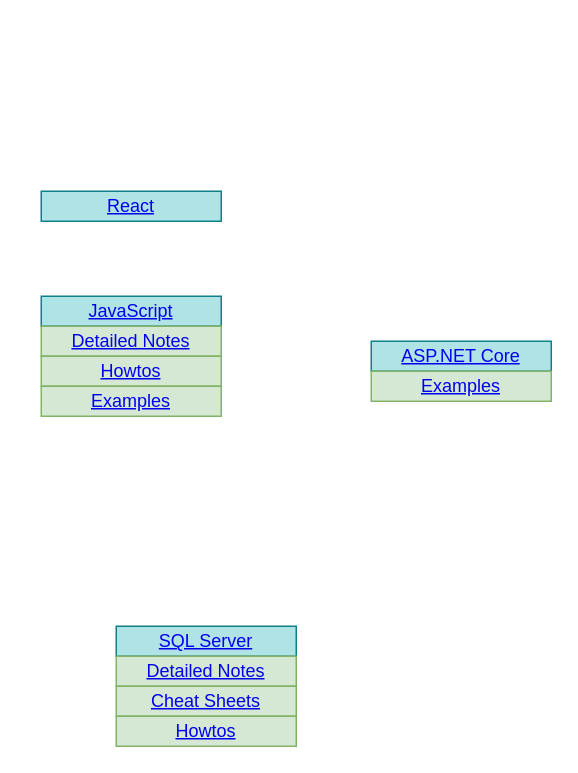
Before: Diagram.drawio in kennyrnwilson/kennyrnwilson.github.io, a draw.io diagram. Source tidied: cells renumbered, new cells numbered last; positions are measured from the earlier drawing's top-left corner, leaving out a move shared by most shapes. Both pictures are drawn from the tidied source at 150%, with x=0, y=0 at pixel (40, 190).
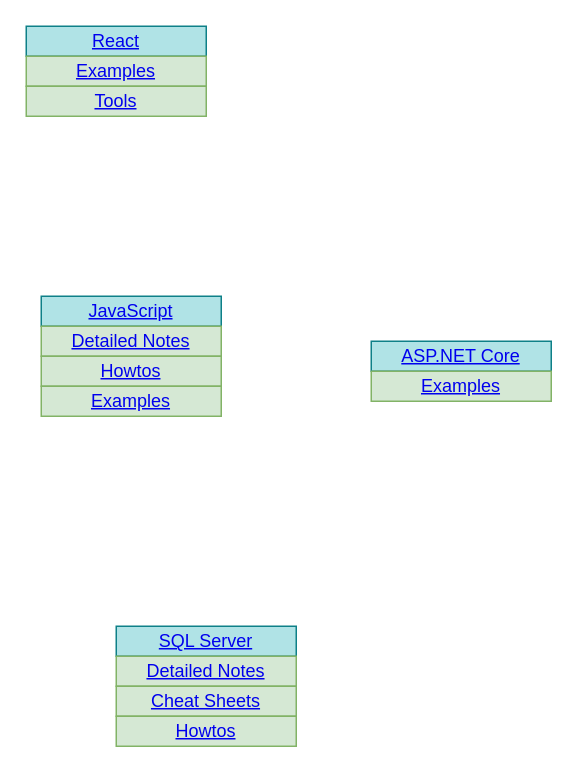
The same page after the edit.

Commit message (it also covers changes not shown here):
Added React sections

Diff of the diagram source:
```diff
@@
 <mxGraphModel>
   <root>
     <mxCell id="0" />
     <mxCell id="1" parent="0" />
     <mxCell id="2" value="&lt;a href=&quot;https://bitbucket.org/kennyrnwilson/sqlserverbasics/src/master/README.md&quot;&gt;SQL Server&lt;/a&gt;" style="rounded=0;whiteSpace=wrap;html=1;fillColor=#b0e3e6;strokeColor=#0e8088;" parent="1" vertex="1">
       <mxGeometry x="50" y="290" width="120" height="20" as="geometry" />
     </mxCell>
     <mxCell id="3" value="&lt;a href=&quot;https://bitbucket.org/kennyrnwilson/sqlserverbasics/src/master/docs/notes/notes.md&quot;&gt;Detailed Notes&lt;/a&gt;" style="rounded=0;whiteSpace=wrap;html=1;fillColor=#d5e8d4;strokeColor=#82b366;" parent="1" vertex="1">
       <mxGeometry x="50" y="310" width="120" height="20" as="geometry" />
     </mxCell>
     <mxCell id="4" value="&lt;a href=&quot;https://bitbucket.org/kennyrnwilson/sqlserverbasics/src/docs/cheatsheets/cheatsheets.md&quot;&gt;Cheat Sheets&lt;/a&gt;" style="rounded=0;whiteSpace=wrap;html=1;fillColor=#d5e8d4;strokeColor=#82b366;" parent="1" vertex="1">
       <mxGeometry x="50" y="330" width="120" height="20" as="geometry" />
     </mxCell>
     <mxCell id="5" value="&lt;a href=&quot;https://bitbucket.org/kennyrnwilson/sqlserverbasics/src/master/howtos/howtos.md&quot;&gt;Howtos&lt;/a&gt;" style="rounded=0;whiteSpace=wrap;html=1;fillColor=#d5e8d4;strokeColor=#82b366;" parent="1" vertex="1">
       <mxGeometry x="50" y="350" width="120" height="20" as="geometry" />
     </mxCell>
     <mxCell id="6" value="&lt;a href=&quot;https://github.com/kennyrnwilson/aspdotnetcore&quot;&gt;ASP.NET Core&lt;/a&gt;" style="rounded=0;whiteSpace=wrap;html=1;fillColor=#b0e3e6;strokeColor=#0e8088;" parent="1" vertex="1">
       <mxGeometry x="220" y="100" width="120" height="20" as="geometry" />
     </mxCell>
     <mxCell id="7" value="&lt;a href=&quot;https://github.com/kennyrnwilson/aspdotnetcore/blob/main/examples/README.MD&quot;&gt;Examples&lt;/a&gt;" style="rounded=0;whiteSpace=wrap;html=1;fillColor=#d5e8d4;strokeColor=#82b366;" parent="1" vertex="1">
       <mxGeometry x="220" y="120" width="120" height="20" as="geometry" />
     </mxCell>
     <mxCell id="8" value="&lt;a href=&quot;https://github.com/kennyrnwilson/react&quot;&gt;React&lt;/a&gt;" style="rounded=0;whiteSpace=wrap;html=1;fillColor=#b0e3e6;strokeColor=#0e8088;" parent="1" vertex="1">
-      <mxGeometry width="120" height="20" as="geometry" />
+      <mxGeometry x="-10" y="-110" width="120" height="20" as="geometry" />
     </mxCell>
     <mxCell id="9" value="&lt;a href=&quot;https://github.com/kennyrnwilson/javascript&quot;&gt;JavaScript&lt;/a&gt;" style="rounded=0;whiteSpace=wrap;html=1;fillColor=#b0e3e6;strokeColor=#0e8088;" parent="1" vertex="1">
       <mxGeometry y="70" width="120" height="20" as="geometry" />
     </mxCell>
     <mxCell id="10" value="&lt;a href=&quot;https://github.com/kennyrnwilson/javascript/blob/master/docs/notes/README.MD&quot;&gt;Detailed Notes&lt;/a&gt;" style="rounded=0;whiteSpace=wrap;html=1;fillColor=#d5e8d4;strokeColor=#82b366;" parent="1" vertex="1">
       <mxGeometry y="90" width="120" height="20" as="geometry" />
     </mxCell>
     <mxCell id="11" value="&lt;a href=&quot;https://github.com/kennyrnwilson/javascript/blob/master/docs/howtos/README.MD&quot;&gt;Howtos&lt;/a&gt;" style="rounded=0;whiteSpace=wrap;html=1;fillColor=#d5e8d4;strokeColor=#82b366;" parent="1" vertex="1">
       <mxGeometry y="110" width="120" height="20" as="geometry" />
     </mxCell>
     <mxCell id="12" value="&lt;a href=&quot;https://github.com/kennyrnwilson/javascript/blob/master/docs/examples/README.MD&quot;&gt;Examples&lt;/a&gt;" style="rounded=0;whiteSpace=wrap;html=1;fillColor=#d5e8d4;strokeColor=#82b366;" parent="1" vertex="1">
       <mxGeometry y="130" width="120" height="20" as="geometry" />
     </mxCell>
+    <mxCell id="13" value="&lt;a href=&quot;https://github.com/kennyrnwilson/react/blob/main/docs/examples/README.MD&quot;&gt;Examples&lt;/a&gt;" style="rounded=0;whiteSpace=wrap;html=1;fillColor=#d5e8d4;strokeColor=#82b366;" parent="1" vertex="1">
+      <mxGeometry x="-10" y="-90" width="120" height="20" as="geometry" />
+    </mxCell>
+    <mxCell id="14" value="&lt;a href=&quot;https://github.com/kennyrnwilson/react/blob/main/docs/tools/README.MD&quot;&gt;Tools&lt;/a&gt;" style="rounded=0;whiteSpace=wrap;html=1;fillColor=#d5e8d4;strokeColor=#82b366;" parent="1" vertex="1">
+      <mxGeometry x="-10" y="-70" width="120" height="20" as="geometry" />
+    </mxCell>
   </root>
 </mxGraphModel>
```
